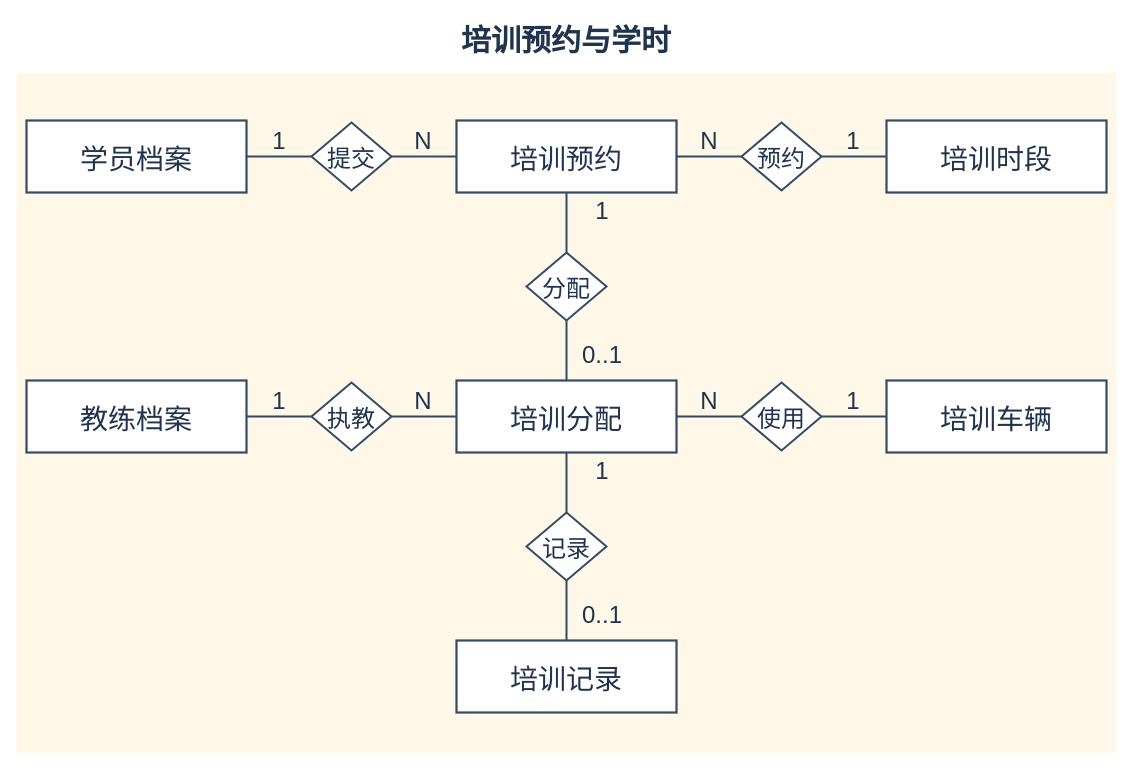
Above: page "培训预约与结果" (4 of 6) of diagrams/overall-er.drawio in TJHLDY/driving-school-training-exam-management (draw.io), before the change. Source tidied: cells renumbered, new cells numbered last; positions are measured from the earlier drawing's top-left corner, leaving out a move shared by most shapes. Both pictures are drawn from the tidied source at 100%, with x=0, y=0 at pixel (16, 16).
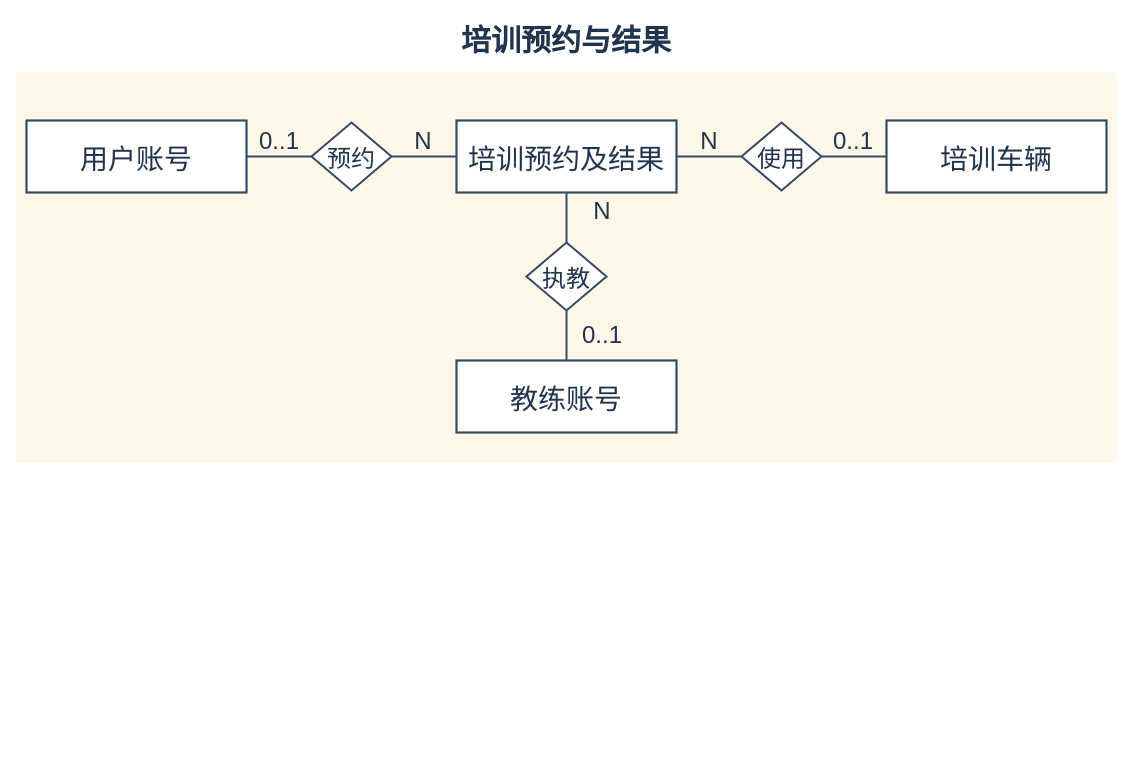
The same diagram, later.

Diff of the diagram source:
```diff
@@
     <mxCell id="2" style="fillColor=#FFF8E8;strokeColor=none;" parent="1" vertex="1">
-      <mxGeometry y="56" width="1100" height="680" as="geometry" />
+      <mxGeometry y="56" width="1100" height="390" as="geometry" />
     </mxCell>
-    <mxCell id="3" value="培训预约与学时" style="strokeColor=none;fillColor=none;fontFamily=Microsoft YaHei;fontColor=#20344D;fontSize=30;fontStyle=1;" parent="1" vertex="1">
+    <mxCell id="3" value="培训预约与结果" style="strokeColor=none;fillColor=none;fontFamily=Microsoft YaHei;fontColor=#20344D;fontSize=30;fontStyle=1;" parent="1" vertex="1">
       <mxGeometry x="50" width="1000" height="42" as="geometry" />
     </mxCell>
-    <mxCell id="4" value="学员档案" style="shape=rectangle;rounded=0;fillColor=#FFFFFF;strokeColor=#344B65;strokeWidth=2.2;fontSize=28;fontFamily=Microsoft YaHei;fontColor=#20344D;" parent="1" vertex="1">
-      <mxGeometry x="10" y="104" width="220" height="72" as="geometry" />
-    </mxCell>
+    <mxCell id="41" value="用户账号" style="shape=rectangle;rounded=0;fillColor=#FFFFFF;strokeColor=#344B65;strokeWidth=2.2;fontSize=28;fontFamily=Microsoft YaHei;fontColor=#20344D;" parent="1" vertex="1">
+      <mxGeometry x="10" y="104" width="220" height="72" as="geometry" />
+    </mxCell>
-    <mxCell id="5" value="培训预约" style="shape=rectangle;rounded=0;fillColor=#FFFFFF;strokeColor=#344B65;strokeWidth=2.2;fontSize=28;fontFamily=Microsoft YaHei;fontColor=#20344D;" parent="1" vertex="1">
+    <mxCell id="5" value="培训预约及结果" style="shape=rectangle;rounded=0;fillColor=#FFFFFF;strokeColor=#344B65;strokeWidth=2.2;fontSize=28;fontFamily=Microsoft YaHei;fontColor=#20344D;" parent="1" vertex="1">
       <mxGeometry x="440" y="104" width="220" height="72" as="geometry" />
     </mxCell>
-    <mxCell id="6" value="培训时段" style="shape=rectangle;rounded=0;fillColor=#FFFFFF;strokeColor=#344B65;strokeWidth=2.2;fontSize=28;fontFamily=Microsoft YaHei;fontColor=#20344D;" parent="1" vertex="1">
-      <mxGeometry x="870" y="104" width="220" height="72" as="geometry" />
-    </mxCell>
-    <mxCell id="7" value="教练档案" style="shape=rectangle;rounded=0;fillColor=#FFFFFF;strokeColor=#344B65;strokeWidth=2.2;fontSize=28;fontFamily=Microsoft YaHei;fontColor=#20344D;" parent="1" vertex="1">
-      <mxGeometry x="10" y="364" width="220" height="72" as="geometry" />
-    </mxCell>
-    <mxCell id="8" value="培训分配" style="shape=rectangle;rounded=0;fillColor=#FFFFFF;strokeColor=#344B65;strokeWidth=2.2;fontSize=28;fontFamily=Microsoft YaHei;fontColor=#20344D;" parent="1" vertex="1">
-      <mxGeometry x="440" y="364" width="220" height="72" as="geometry" />
-    </mxCell>
     <mxCell id="9" value="培训车辆" style="shape=rectangle;rounded=0;fillColor=#FFFFFF;strokeColor=#344B65;strokeWidth=2.2;fontSize=28;fontFamily=Microsoft YaHei;fontColor=#20344D;" parent="1" vertex="1">
-      <mxGeometry x="870" y="364" width="220" height="72" as="geometry" />
+      <mxGeometry x="870" y="104" width="220" height="72" as="geometry" />
     </mxCell>
-    <mxCell id="10" value="培训记录" style="shape=rectangle;rounded=0;fillColor=#FFFFFF;strokeColor=#344B65;strokeWidth=2.2;fontSize=28;fontFamily=Microsoft YaHei;fontColor=#20344D;" parent="1" vertex="1">
-      <mxGeometry x="440" y="624" width="220" height="72" as="geometry" />
-    </mxCell>
+    <mxCell id="42" value="教练账号" style="shape=rectangle;rounded=0;fillColor=#FFFFFF;strokeColor=#344B65;strokeWidth=2.2;fontSize=28;fontFamily=Microsoft YaHei;fontColor=#20344D;" parent="1" vertex="1">
+      <mxGeometry x="440" y="344" width="220" height="72" as="geometry" />
+    </mxCell>
-    <mxCell id="11" value="提交" style="shape=rhombus;perimeter=rhombusPerimeter;fillColor=#FFFFFF;strokeColor=#344B65;strokeWidth=2;fontSize=24;fontFamily=Microsoft YaHei;fontColor=#20344D;" parent="1" vertex="1">
+    <mxCell id="11" value="预约" style="shape=rhombus;perimeter=rhombusPerimeter;fillColor=#FFFFFF;strokeColor=#344B65;strokeWidth=2;fontSize=24;fontFamily=Microsoft YaHei;fontColor=#20344D;" parent="1" vertex="1">
       <mxGeometry x="295" y="106" width="80" height="68" as="geometry" />
     </mxCell>
-    <mxCell id="12" style="edgeStyle=none;noEdgeStyle=1;endArrow=none;startArrow=none;strokeColor=#344B65;strokeWidth=2;" parent="1" edge="1" source="4" target="11">
+    <mxCell id="12" style="edgeStyle=none;noEdgeStyle=1;endArrow=none;startArrow=none;strokeColor=#344B65;strokeWidth=2;" parent="1" edge="1" source="41" target="11">
       <mxGeometry relative="1" as="geometry" />
     </mxCell>
-    <mxCell id="13" value="1" style="strokeColor=none;fillColor=none;fontFamily=Microsoft YaHei;fontColor=#20344D;fontSize=24;" parent="1" vertex="1">
+    <mxCell id="13" value="0..1" style="strokeColor=none;fillColor=none;fontFamily=Microsoft YaHei;fontColor=#20344D;fontSize=24;" parent="1" vertex="1">
       <mxGeometry x="235" y="108" width="56" height="28" as="geometry" />
     </mxCell>
@@
-    <mxCell id="16" value="预约" style="shape=rhombus;perimeter=rhombusPerimeter;fillColor=#FFFFFF;strokeColor=#344B65;strokeWidth=2;fontSize=24;fontFamily=Microsoft YaHei;fontColor=#20344D;" parent="1" vertex="1">
+    <mxCell id="16" value="使用" style="shape=rhombus;perimeter=rhombusPerimeter;fillColor=#FFFFFF;strokeColor=#344B65;strokeWidth=2;fontSize=24;fontFamily=Microsoft YaHei;fontColor=#20344D;" parent="1" vertex="1">
       <mxGeometry x="725" y="106" width="80" height="68" as="geometry" />
     </mxCell>
-    <mxCell id="17" style="edgeStyle=none;noEdgeStyle=1;endArrow=none;startArrow=none;strokeColor=#344B65;strokeWidth=2;" parent="1" edge="1" source="6" target="16">
+    <mxCell id="17" style="edgeStyle=none;noEdgeStyle=1;endArrow=none;startArrow=none;strokeColor=#344B65;strokeWidth=2;" parent="1" edge="1" source="9" target="16">
       <mxGeometry relative="1" as="geometry" />
     </mxCell>
-    <mxCell id="18" value="1" style="strokeColor=none;fillColor=none;fontFamily=Microsoft YaHei;fontColor=#20344D;fontSize=24;" parent="1" vertex="1">
+    <mxCell id="18" value="0..1" style="strokeColor=none;fillColor=none;fontFamily=Microsoft YaHei;fontColor=#20344D;fontSize=24;" parent="1" vertex="1">
       <mxGeometry x="809" y="108" width="56" height="28" as="geometry" />
     </mxCell>
@@
-    <mxCell id="21" value="分配" style="shape=rhombus;perimeter=rhombusPerimeter;fillColor=#FFFFFF;strokeColor=#344B65;strokeWidth=2;fontSize=24;fontFamily=Microsoft YaHei;fontColor=#20344D;" parent="1" vertex="1">
-      <mxGeometry x="510" y="236" width="80" height="68" as="geometry" />
+    <mxCell id="21" value="执教" style="shape=rhombus;perimeter=rhombusPerimeter;fillColor=#FFFFFF;strokeColor=#344B65;strokeWidth=2;fontSize=24;fontFamily=Microsoft YaHei;fontColor=#20344D;" parent="1" vertex="1">
+      <mxGeometry x="510" y="226" width="80" height="68" as="geometry" />
     </mxCell>
-    <mxCell id="22" style="edgeStyle=none;noEdgeStyle=1;endArrow=none;startArrow=none;strokeColor=#344B65;strokeWidth=2;" parent="1" edge="1" source="5" target="21">
+    <mxCell id="22" style="edgeStyle=none;noEdgeStyle=1;endArrow=none;startArrow=none;strokeColor=#344B65;strokeWidth=2;" parent="1" edge="1" source="42" target="21">
       <mxGeometry relative="1" as="geometry" />
     </mxCell>
-    <mxCell id="23" value="1" style="strokeColor=none;fillColor=none;fontFamily=Microsoft YaHei;fontColor=#20344D;fontSize=24;" parent="1" vertex="1">
-      <mxGeometry x="558" y="178" width="56" height="28" as="geometry" />
+    <mxCell id="23" value="0..1" style="strokeColor=none;fillColor=none;fontFamily=Microsoft YaHei;fontColor=#20344D;fontSize=24;" parent="1" vertex="1">
+      <mxGeometry x="558" y="302" width="56" height="28" as="geometry" />
     </mxCell>
-    <mxCell id="24" style="edgeStyle=none;noEdgeStyle=1;endArrow=none;startArrow=none;strokeColor=#344B65;strokeWidth=2;" parent="1" edge="1" source="8" target="21">
+    <mxCell id="24" style="edgeStyle=none;noEdgeStyle=1;endArrow=none;startArrow=none;strokeColor=#344B65;strokeWidth=2;" parent="1" edge="1" source="5" target="21">
       <mxGeometry relative="1" as="geometry" />
     </mxCell>
-    <mxCell id="25" value="0..1" style="strokeColor=none;fillColor=none;fontFamily=Microsoft YaHei;fontColor=#20344D;fontSize=24;" parent="1" vertex="1">
-      <mxGeometry x="558" y="322" width="56" height="28" as="geometry" />
+    <mxCell id="25" value="N" style="strokeColor=none;fillColor=none;fontFamily=Microsoft YaHei;fontColor=#20344D;fontSize=24;" parent="1" vertex="1">
+      <mxGeometry x="558" y="178" width="56" height="28" as="geometry" />
     </mxCell>
-    <mxCell id="26" value="执教" style="shape=rhombus;perimeter=rhombusPerimeter;fillColor=#FFFFFF;strokeColor=#344B65;strokeWidth=2;fontSize=24;fontFamily=Microsoft YaHei;fontColor=#20344D;" parent="1" vertex="1">
-      <mxGeometry x="295" y="366" width="80" height="68" as="geometry" />
-    </mxCell>
-    <mxCell id="27" style="edgeStyle=none;noEdgeStyle=1;endArrow=none;startArrow=none;strokeColor=#344B65;strokeWidth=2;" parent="1" edge="1" source="7" target="26">
-      <mxGeometry relative="1" as="geometry" />
-    </mxCell>
-    <mxCell id="28" value="1" style="strokeColor=none;fillColor=none;fontFamily=Microsoft YaHei;fontColor=#20344D;fontSize=24;" parent="1" vertex="1">
-      <mxGeometry x="235" y="368" width="56" height="28" as="geometry" />
-    </mxCell>
-    <mxCell id="29" style="edgeStyle=none;noEdgeStyle=1;endArrow=none;startArrow=none;strokeColor=#344B65;strokeWidth=2;" parent="1" edge="1" source="8" target="26">
-      <mxGeometry relative="1" as="geometry" />
-    </mxCell>
-    <mxCell id="30" value="N" style="strokeColor=none;fillColor=none;fontFamily=Microsoft YaHei;fontColor=#20344D;fontSize=24;" parent="1" vertex="1">
-      <mxGeometry x="379" y="368" width="56" height="28" as="geometry" />
-    </mxCell>
-    <mxCell id="31" value="使用" style="shape=rhombus;perimeter=rhombusPerimeter;fillColor=#FFFFFF;strokeColor=#344B65;strokeWidth=2;fontSize=24;fontFamily=Microsoft YaHei;fontColor=#20344D;" parent="1" vertex="1">
-      <mxGeometry x="725" y="366" width="80" height="68" as="geometry" />
-    </mxCell>
-    <mxCell id="32" style="edgeStyle=none;noEdgeStyle=1;endArrow=none;startArrow=none;strokeColor=#344B65;strokeWidth=2;" parent="1" edge="1" source="9" target="31">
-      <mxGeometry relative="1" as="geometry" />
-    </mxCell>
-    <mxCell id="33" value="1" style="strokeColor=none;fillColor=none;fontFamily=Microsoft YaHei;fontColor=#20344D;fontSize=24;" parent="1" vertex="1">
-      <mxGeometry x="809" y="368" width="56" height="28" as="geometry" />
-    </mxCell>
-    <mxCell id="34" style="edgeStyle=none;noEdgeStyle=1;endArrow=none;startArrow=none;strokeColor=#344B65;strokeWidth=2;" parent="1" edge="1" source="8" target="31">
-      <mxGeometry relative="1" as="geometry" />
-    </mxCell>
-    <mxCell id="35" value="N" style="strokeColor=none;fillColor=none;fontFamily=Microsoft YaHei;fontColor=#20344D;fontSize=24;" parent="1" vertex="1">
-      <mxGeometry x="665" y="368" width="56" height="28" as="geometry" />
-    </mxCell>
-    <mxCell id="36" value="记录" style="shape=rhombus;perimeter=rhombusPerimeter;fillColor=#FFFFFF;strokeColor=#344B65;strokeWidth=2;fontSize=24;fontFamily=Microsoft YaHei;fontColor=#20344D;" parent="1" vertex="1">
-      <mxGeometry x="510" y="496" width="80" height="68" as="geometry" />
-    </mxCell>
-    <mxCell id="37" style="edgeStyle=none;noEdgeStyle=1;endArrow=none;startArrow=none;strokeColor=#344B65;strokeWidth=2;" parent="1" edge="1" source="8" target="36">
-      <mxGeometry relative="1" as="geometry" />
-    </mxCell>
-    <mxCell id="38" value="1" style="strokeColor=none;fillColor=none;fontFamily=Microsoft YaHei;fontColor=#20344D;fontSize=24;" parent="1" vertex="1">
-      <mxGeometry x="558" y="438" width="56" height="28" as="geometry" />
-    </mxCell>
-    <mxCell id="39" style="edgeStyle=none;noEdgeStyle=1;endArrow=none;startArrow=none;strokeColor=#344B65;strokeWidth=2;" parent="1" edge="1" source="10" target="36">
-      <mxGeometry relative="1" as="geometry" />
-    </mxCell>
-    <mxCell id="40" value="0..1" style="strokeColor=none;fillColor=none;fontFamily=Microsoft YaHei;fontColor=#20344D;fontSize=24;" parent="1" vertex="1">
-      <mxGeometry x="558" y="582" width="56" height="28" as="geometry" />
-    </mxCell>
```
